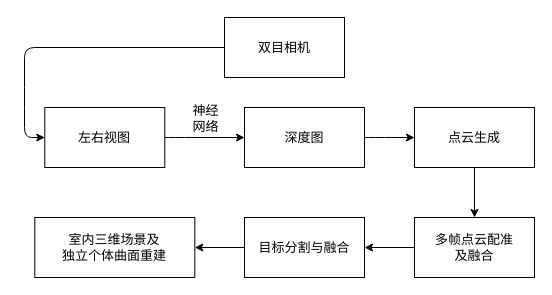
The draw.io diagram zyc_deal.drawio in undinuanao/-, before the edit. Source tidied: cells renumbered, new cells numbered last; positions are measured from the earlier drawing's top-left corner, leaving out a move shared by most shapes. Both pictures are drawn from the tidied source at 100%, with x=0, y=0 at pixel (24, 17).
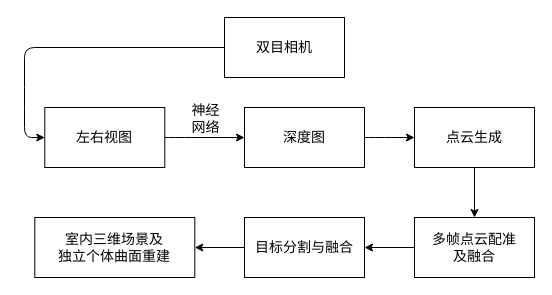
After the change.

Change to the diagram source:
```diff
@@
-    <mxCell id="2" value="双目相机" style="rounded=0;whiteSpace=wrap;fontSize=13;html=1;" parent="1" vertex="1">
+    <mxCell id="2" value="双目相机" style="rounded=0;whiteSpace=wrap;fontSize=14;html=1;" parent="1" vertex="1">
       <mxGeometry x="200" width="120" height="60" as="geometry" />
     </mxCell>
-    <mxCell id="3" style="endArrow=classic;exitX=0;exitY=0.5;exitDx=0;exitDy=0;entryX=0;entryY=0.5;entryDx=0;entryDy=0;html=1;fontSize=13;" parent="1" edge="1" source="2" target="4">
+    <mxCell id="3" style="endArrow=classic;exitX=0;exitY=0.5;exitDx=0;exitDy=0;entryX=0;entryY=0.5;entryDx=0;entryDy=0;html=1;fontSize=14;" parent="1" edge="1" source="2" target="4">
       <mxGeometry relative="1" as="geometry">
         <Array as="points">
           <mxPoint y="30" />
           <mxPoint y="80" />
           <mxPoint y="120" />
         </Array>
       </mxGeometry>
     </mxCell>
-    <mxCell id="4" value="左右视图" style="rounded=0;whiteSpace=wrap;fontSize=13;html=1;" parent="1" vertex="1">
+    <mxCell id="4" value="左右视图" style="rounded=0;whiteSpace=wrap;fontSize=14;html=1;" parent="1" vertex="1">
       <mxGeometry x="20.3" y="90" width="120" height="60" as="geometry" />
     </mxCell>
-    <mxCell id="5" value="点云生成" style="rounded=0;whiteSpace=wrap;fontSize=13;html=1;" parent="1" vertex="1">
+    <mxCell id="5" value="点云生成" style="rounded=0;whiteSpace=wrap;fontSize=14;html=1;" parent="1" vertex="1">
       <mxGeometry x="390" y="90" width="120" height="60" as="geometry" />
     </mxCell>
-    <mxCell id="6" style="endArrow=classic;exitX=1;exitY=0.5;exitDx=0;exitDy=0;entryX=0;entryY=0.5;entryDx=0;entryDy=0;html=1;fontSize=13;" parent="1" edge="1" source="4" target="14">
+    <mxCell id="6" style="endArrow=classic;exitX=1;exitY=0.5;exitDx=0;exitDy=0;entryX=0;entryY=0.5;entryDx=0;entryDy=0;html=1;fontSize=14;" parent="1" edge="1" source="4" target="14">
       <mxGeometry relative="1" as="geometry">
         <Array as="points">
           <mxPoint x="150" y="120" />
         </Array>
       </mxGeometry>
     </mxCell>
-    <mxCell id="7" value="神经&lt;br style=&quot;font-size: 13px;&quot;&gt;网络" style="edgeLabel;align=center;verticalAlign=middle;fontSize=13;html=1;" parent="6" vertex="1">
+    <mxCell id="7" value="神经&lt;br style=&quot;font-size: 14px;&quot;&gt;网络" style="edgeLabel;align=center;verticalAlign=middle;fontSize=14;html=1;" parent="6" vertex="1">
       <mxGeometry x="0.01" y="-1" relative="1" as="geometry">
         <mxPoint x="-0.3" y="-21" as="offset" />
       </mxGeometry>
     </mxCell>
-    <mxCell id="8" value="多帧点云配准&lt;br style=&quot;font-size: 13px;&quot;&gt;及融合" style="rounded=0;whiteSpace=wrap;fontSize=13;html=1;" parent="1" vertex="1">
+    <mxCell id="8" value="多帧点云配准&lt;br style=&quot;font-size: 14px;&quot;&gt;及融合" style="rounded=0;whiteSpace=wrap;fontSize=14;html=1;" parent="1" vertex="1">
       <mxGeometry x="390" y="200" width="120" height="60" as="geometry" />
     </mxCell>
-    <mxCell id="9" style="endArrow=classic;entryX=0.5;entryY=0;entryDx=0;entryDy=0;exitX=0.5;exitY=1;exitDx=0;exitDy=0;html=1;fontSize=13;" parent="1" edge="1" source="5" target="8">
+    <mxCell id="9" style="endArrow=classic;entryX=0.5;entryY=0;entryDx=0;entryDy=0;exitX=0.5;exitY=1;exitDx=0;exitDy=0;html=1;fontSize=14;" parent="1" edge="1" source="5" target="8">
       <mxGeometry relative="1" as="geometry" />
     </mxCell>
-    <mxCell id="10" value="目标分割与融合" style="rounded=0;whiteSpace=wrap;fontSize=13;html=1;" parent="1" vertex="1">
+    <mxCell id="10" value="目标分割与融合" style="rounded=0;whiteSpace=wrap;fontSize=14;html=1;" parent="1" vertex="1">
       <mxGeometry x="220" y="200" width="120" height="60" as="geometry" />
     </mxCell>
-    <mxCell id="11" style="endArrow=classic;entryX=1;entryY=0.5;entryDx=0;entryDy=0;exitX=0;exitY=0.5;exitDx=0;exitDy=0;html=1;fontSize=13;" parent="1" edge="1" source="8" target="10">
+    <mxCell id="11" style="endArrow=classic;entryX=1;entryY=0.5;entryDx=0;entryDy=0;exitX=0;exitY=0.5;exitDx=0;exitDy=0;html=1;fontSize=14;" parent="1" edge="1" source="8" target="10">
       <mxGeometry relative="1" as="geometry" />
     </mxCell>
-    <mxCell id="12" value="室内三维场景及&lt;br style=&quot;font-size: 13px;&quot;&gt;独立个体曲面重建" style="rounded=0;fontSize=13;whiteSpace=wrap;html=1;" parent="1" vertex="1">
+    <mxCell id="12" value="室内三维场景及&lt;br style=&quot;font-size: 14px;&quot;&gt;独立个体曲面重建" style="rounded=0;fontSize=14;whiteSpace=wrap;html=1;" parent="1" vertex="1">
       <mxGeometry x="10.3" y="200" width="160" height="60" as="geometry" />
     </mxCell>
-    <mxCell id="13" style="endArrow=classic;entryX=1;entryY=0.5;entryDx=0;entryDy=0;exitX=0;exitY=0.5;exitDx=0;exitDy=0;html=1;fontSize=13;" parent="1" edge="1" source="10" target="12">
+    <mxCell id="13" style="endArrow=classic;entryX=1;entryY=0.5;entryDx=0;entryDy=0;exitX=0;exitY=0.5;exitDx=0;exitDy=0;html=1;fontSize=14;" parent="1" edge="1" source="10" target="12">
       <mxGeometry relative="1" as="geometry" />
     </mxCell>
-    <mxCell id="14" value="深度图" style="rounded=0;whiteSpace=wrap;fontSize=13;html=1;" parent="1" vertex="1">
+    <mxCell id="14" value="深度图" style="rounded=0;whiteSpace=wrap;fontSize=14;html=1;" parent="1" vertex="1">
       <mxGeometry x="220" y="90" width="120" height="60" as="geometry" />
     </mxCell>
-    <mxCell id="15" style="endArrow=classic;exitX=1;exitY=0.5;exitDx=0;exitDy=0;entryX=0;entryY=0.5;entryDx=0;entryDy=0;html=1;fontSize=13;" parent="1" edge="1" source="14" target="5">
+    <mxCell id="15" style="endArrow=classic;exitX=1;exitY=0.5;exitDx=0;exitDy=0;entryX=0;entryY=0.5;entryDx=0;entryDy=0;html=1;fontSize=14;" parent="1" edge="1" source="14" target="5">
       <mxGeometry relative="1" as="geometry">
         <Array as="points">
           <mxPoint x="350" y="120" />
         </Array>
       </mxGeometry>
     </mxCell>
```
